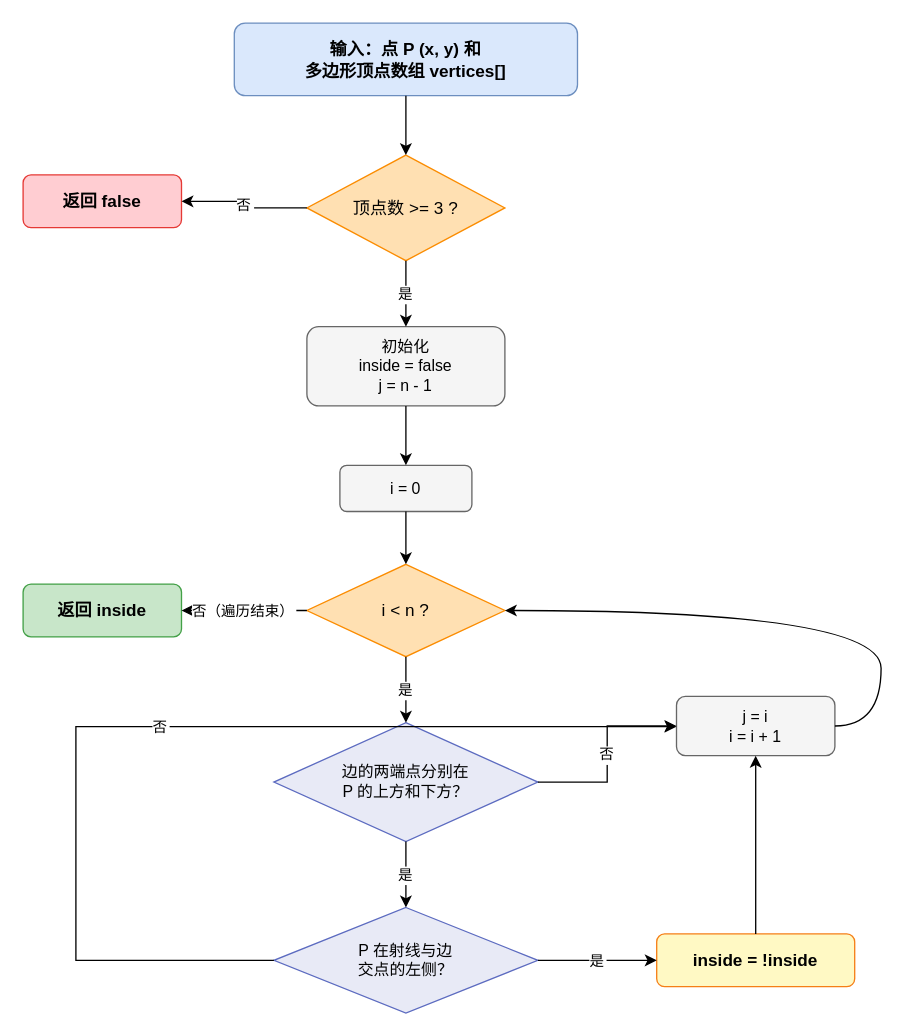
Above: paper/附件/diagrams/fig5-3b-raycast-flow.drawio in julesChu12/scare (draw.io), before the change. Source tidied: cells renumbered, new cells numbered last; positions are measured from the earlier drawing's top-left corner, leaving out a move shared by most shapes. Both pictures are drawn from the tidied source at 132%, with x=0, y=0 at pixel (22, 22).
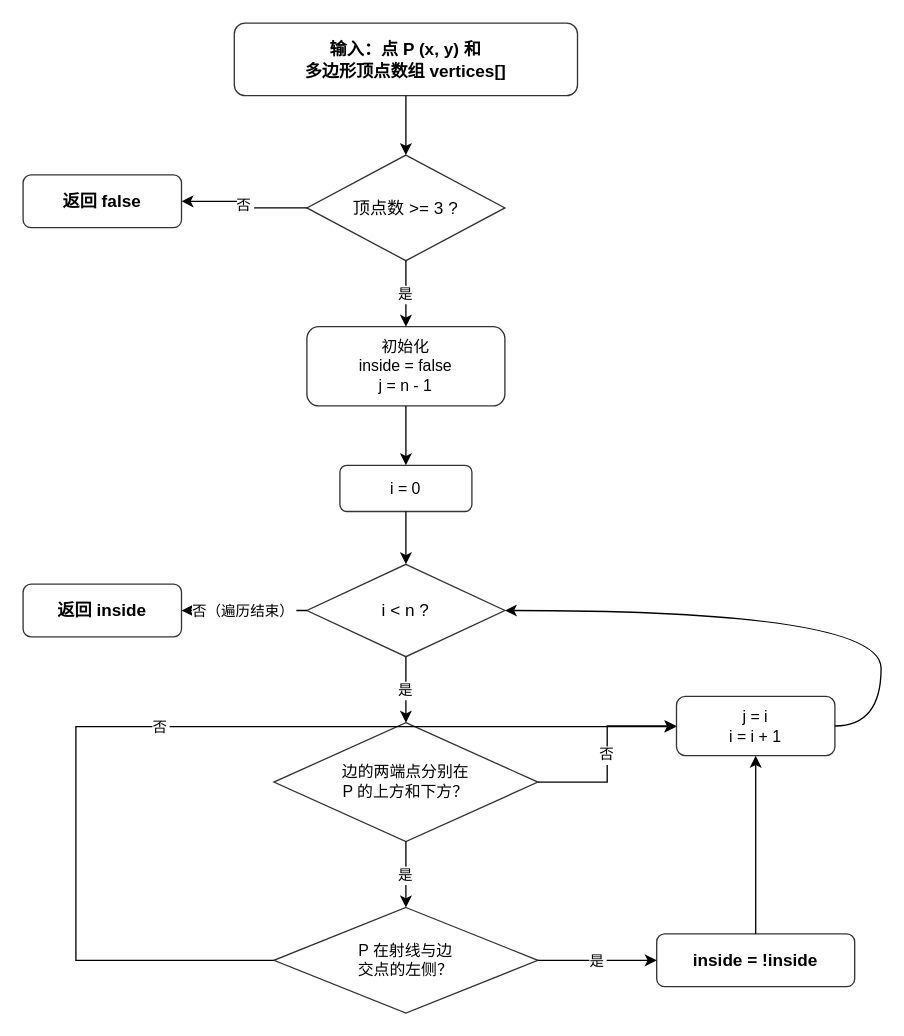
After the change.

Diff of the diagram source:
```diff
@@
-    <mxCell id="2" value="输入：点 P (x, y) 和&#10;多边形顶点数组 vertices[]" style="rounded=1;whiteSpace=wrap;html=1;fillColor=#dae8fc;strokeColor=#6c8ebf;fontSize=13;fontStyle=1;" parent="1" vertex="1">
+    <mxCell id="2" value="输入：点 P (x, y) 和&#10;多边形顶点数组 vertices[]" style="rounded=1;whiteSpace=wrap;html=1;fillColor=#ffffff;strokeColor=#333333;fontSize=13;fontStyle=1;" parent="1" vertex="1">
       <mxGeometry x="160" width="260" height="55" as="geometry" />
     </mxCell>
-    <mxCell id="3" value="顶点数 &gt;= 3 ?" style="rhombus;whiteSpace=wrap;html=1;fillColor=#ffe0b2;strokeColor=#fb8c00;fontSize=13;" parent="1" vertex="1">
+    <mxCell id="3" value="顶点数 &gt;= 3 ?" style="rhombus;whiteSpace=wrap;html=1;fillColor=#ffffff;strokeColor=#333333;fontSize=13;" parent="1" vertex="1">
       <mxGeometry x="215" y="100" width="150" height="80" as="geometry" />
     </mxCell>
@@
-    <mxCell id="5" value="返回 false" style="rounded=1;whiteSpace=wrap;html=1;fillColor=#ffcdd2;strokeColor=#e53935;fontSize=13;fontStyle=1;" parent="1" vertex="1">
+    <mxCell id="5" value="返回 false" style="rounded=1;whiteSpace=wrap;html=1;fillColor=#ffffff;strokeColor=#333333;fontSize=13;fontStyle=1;" parent="1" vertex="1">
       <mxGeometry y="115" width="120" height="40" as="geometry" />
     </mxCell>
@@
-    <mxCell id="7" value="初始化&#10;inside = false&#10;j = n - 1" style="rounded=1;whiteSpace=wrap;html=1;fillColor=#f5f5f5;strokeColor=#666666;fontSize=12;" parent="1" vertex="1">
+    <mxCell id="7" value="初始化&#10;inside = false&#10;j = n - 1" style="rounded=1;whiteSpace=wrap;html=1;fillColor=#ffffff;strokeColor=#333333;fontSize=12;" parent="1" vertex="1">
       <mxGeometry x="215" y="230" width="150" height="60" as="geometry" />
     </mxCell>
@@
-    <mxCell id="9" value="i = 0" style="rounded=1;whiteSpace=wrap;html=1;fillColor=#f5f5f5;strokeColor=#666666;fontSize=12;" parent="1" vertex="1">
+    <mxCell id="9" value="i = 0" style="rounded=1;whiteSpace=wrap;html=1;fillColor=#ffffff;strokeColor=#333333;fontSize=12;" parent="1" vertex="1">
       <mxGeometry x="240" y="335" width="100" height="35" as="geometry" />
     </mxCell>
@@
-    <mxCell id="11" value="i &lt; n ?" style="rhombus;whiteSpace=wrap;html=1;fillColor=#ffe0b2;strokeColor=#fb8c00;fontSize=13;" parent="1" vertex="1">
+    <mxCell id="11" value="i &lt; n ?" style="rhombus;whiteSpace=wrap;html=1;fillColor=#ffffff;strokeColor=#333333;fontSize=13;" parent="1" vertex="1">
       <mxGeometry x="215" y="410" width="150" height="70" as="geometry" />
     </mxCell>
@@
-    <mxCell id="13" value="返回 inside" style="rounded=1;whiteSpace=wrap;html=1;fillColor=#c8e6c9;strokeColor=#43a047;fontSize=13;fontStyle=1;" parent="1" vertex="1">
+    <mxCell id="13" value="返回 inside" style="rounded=1;whiteSpace=wrap;html=1;fillColor=#ffffff;strokeColor=#333333;fontSize=13;fontStyle=1;" parent="1" vertex="1">
       <mxGeometry y="425" width="120" height="40" as="geometry" />
     </mxCell>
@@
-    <mxCell id="15" value="边的两端点分别在&#10;P 的上方和下方？" style="rhombus;whiteSpace=wrap;html=1;fillColor=#e8eaf6;strokeColor=#5c6bc0;fontSize=12;" parent="1" vertex="1">
+    <mxCell id="15" value="边的两端点分别在&#10;P 的上方和下方？" style="rhombus;whiteSpace=wrap;html=1;fillColor=#ffffff;strokeColor=#333333;fontSize=12;" parent="1" vertex="1">
       <mxGeometry x="190" y="530" width="200" height="90" as="geometry" />
     </mxCell>
@@
-    <mxCell id="17" value="P 在射线与边&#10;交点的左侧？" style="rhombus;whiteSpace=wrap;html=1;fillColor=#e8eaf6;strokeColor=#5c6bc0;fontSize=12;" parent="1" vertex="1">
+    <mxCell id="17" value="P 在射线与边&#10;交点的左侧？" style="rhombus;whiteSpace=wrap;html=1;fillColor=#ffffff;strokeColor=#333333;fontSize=12;" parent="1" vertex="1">
       <mxGeometry x="190" y="670" width="200" height="80" as="geometry" />
     </mxCell>
@@
-    <mxCell id="19" value="inside = !inside" style="rounded=1;whiteSpace=wrap;html=1;fillColor=#fff9c4;strokeColor=#f57f17;fontSize=13;fontStyle=1;" parent="1" vertex="1">
+    <mxCell id="19" value="inside = !inside" style="rounded=1;whiteSpace=wrap;html=1;fillColor=#ffffff;strokeColor=#333333;fontSize=13;fontStyle=1;" parent="1" vertex="1">
       <mxGeometry x="480" y="690" width="150" height="40" as="geometry" />
     </mxCell>
@@
-    <mxCell id="21" value="j = i&#10;i = i + 1" style="rounded=1;whiteSpace=wrap;html=1;fillColor=#f5f5f5;strokeColor=#666666;fontSize=12;" parent="1" vertex="1">
+    <mxCell id="21" value="j = i&#10;i = i + 1" style="rounded=1;whiteSpace=wrap;html=1;fillColor=#ffffff;strokeColor=#333333;fontSize=12;" parent="1" vertex="1">
       <mxGeometry x="495" y="510" width="120" height="45" as="geometry" />
     </mxCell>
```
